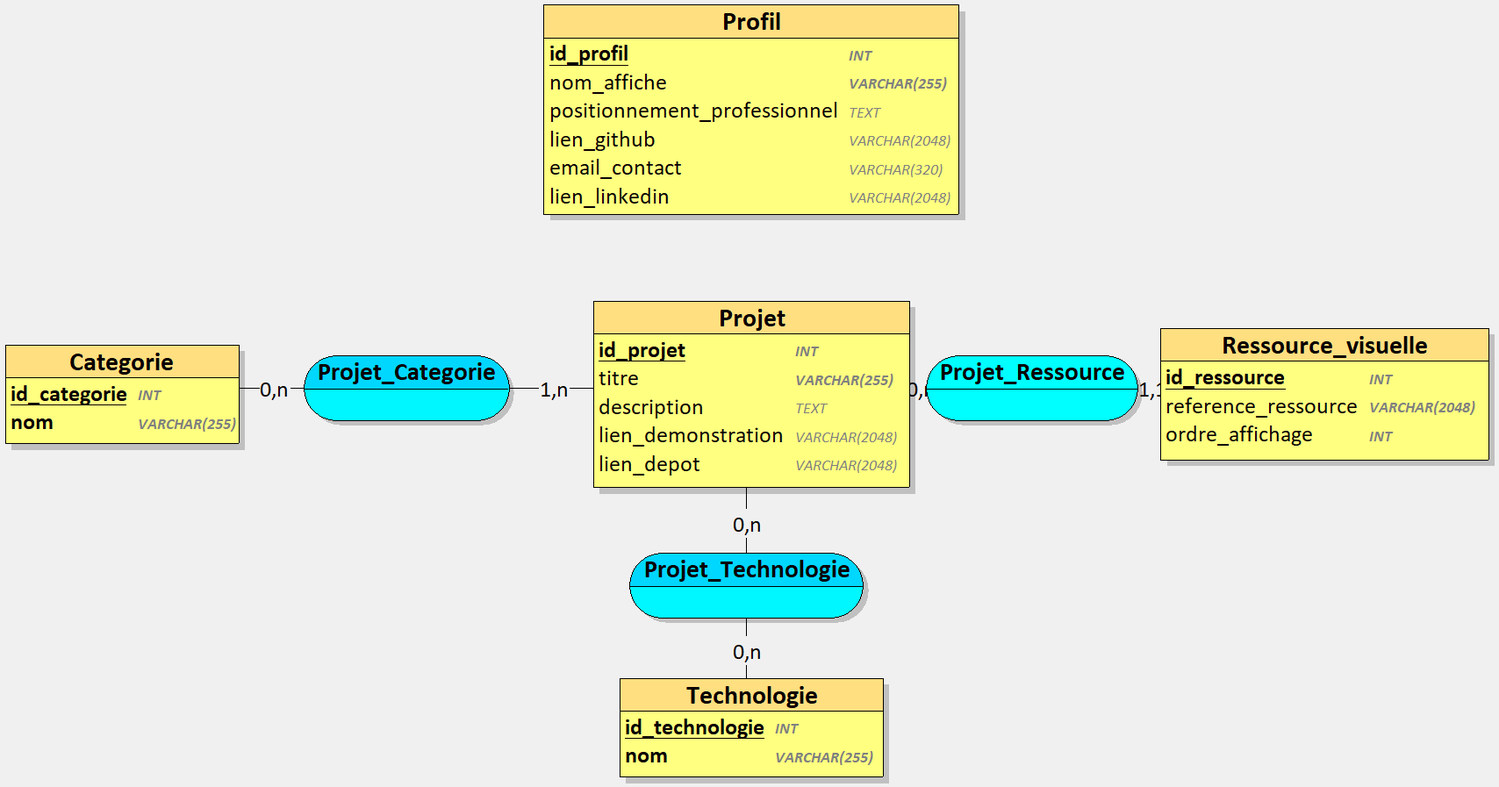
This is docs/diagrams/data/mcd.png from EcceAlgo/fidel-portfolio, a PlantUML export, as it was before one commit. Its source is kept beside it as docs/diagrams/data/mcd.puml. Its diagram source:
```plantuml
@startuml mcd

title Modèle conceptuel de données — Fidel Portfolio

hide methods
hide stereotypes
skinparam linetype ortho
skinparam shadowing false

entity "Profil" as Profil {
  * id_profil
  nom_affiche
  positionnement_professionnel
  email_contact
  lien_github
  lien_linkedin
}

entity "Projet" as Projet {
  * id_projet
  titre
  description
  lien_demonstration
  lien_depot
}

entity "Catégorie" as Categorie {
  * id_categorie
  nom
}

entity "Technologie" as Technologie {
  * id_technologie
  nom
}

entity "Ressource_visuelle" as RessourceVisuelle {
  * id_ressource
  reference_ressource
  ordre_affichage
}

rectangle "Classer" as Classer
rectangle "Utiliser" as Utiliser
rectangle "Illustrer" as Illustrer

Categorie "0,n" -- Classer
Classer -- "1,n" Projet

Projet "0,n" -- Utiliser
Utiliser -- "0,n" Technologie

Projet "0,n" -- Illustrer
Illustrer -- "1,1" RessourceVisuelle

@enduml
```
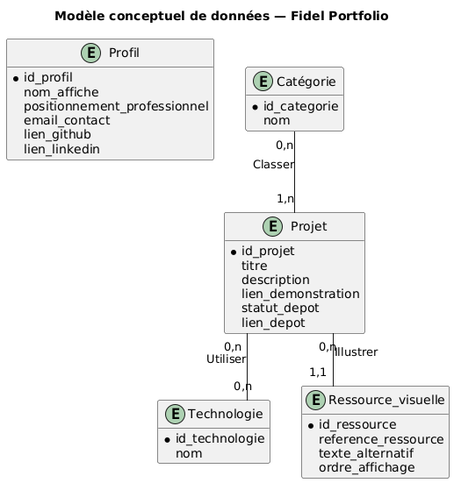
Later version of the same file.

The edit, as a diff of the source:
```diff
@@ -21,6 +21,7 @@
   titre
   description
   lien_demonstration
+  statut_depot
   lien_depot
 }
 
@@ -37,20 +38,14 @@
 entity "Ressource_visuelle" as RessourceVisuelle {
   * id_ressource
   reference_ressource
+  texte_alternatif
   ordre_affichage
 }
 
-rectangle "Classer" as Classer
-rectangle "Utiliser" as Utiliser
-rectangle "Illustrer" as Illustrer
+Categorie "0,n" -- "1,n" Projet : Classer
 
-Categorie "0,n" -- Classer
-Classer -- "1,n" Projet
+Projet "0,n" -- "0,n" Technologie : Utiliser
 
-Projet "0,n" -- Utiliser
-Utiliser -- "0,n" Technologie
-
-Projet "0,n" -- Illustrer
-Illustrer -- "1,1" RessourceVisuelle
+Projet "0,n" -- "1,1" RessourceVisuelle : Illustrer
 
 @enduml
```
